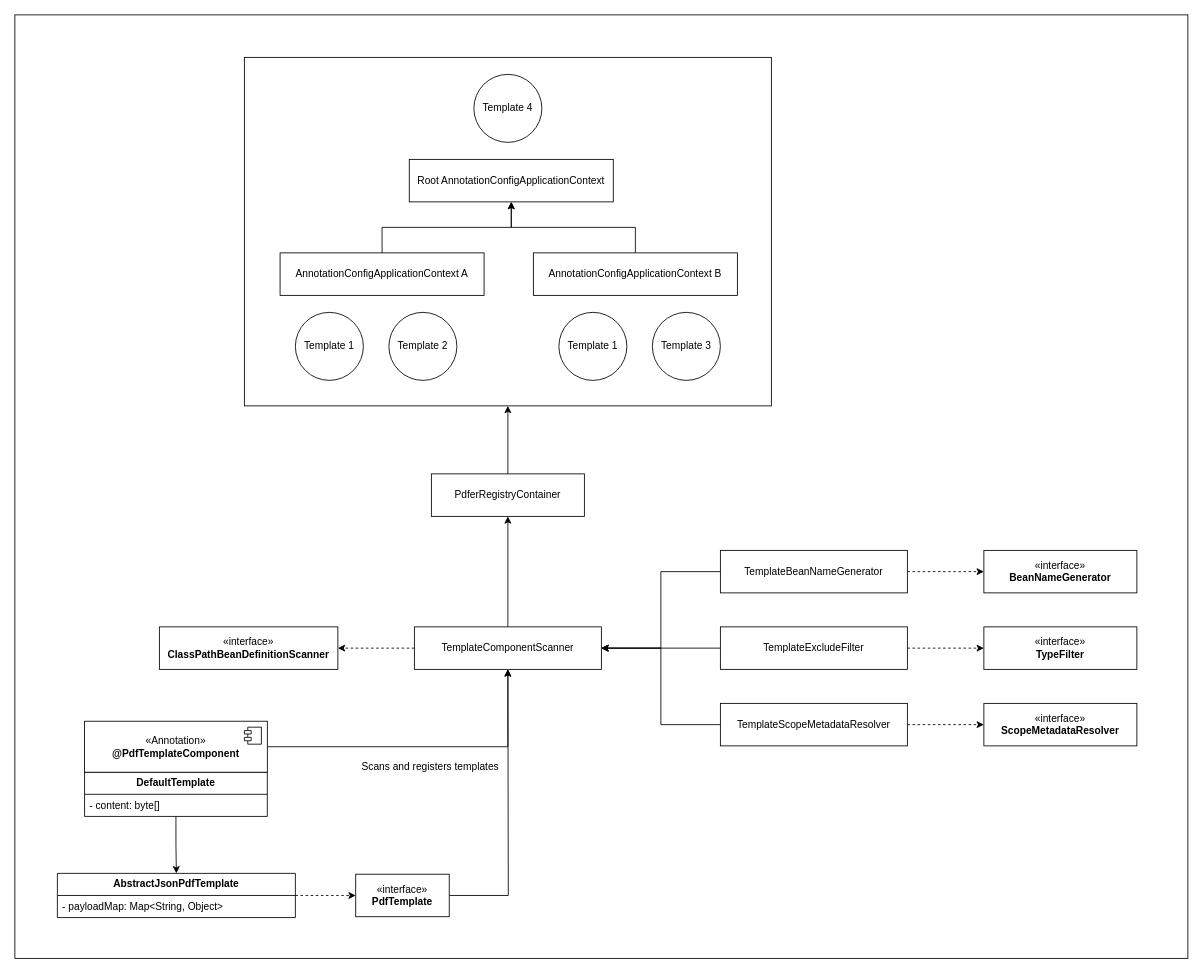
Before: readme/pdfer_core.drawio in unknownmonke/pdfer, a draw.io diagram. Source tidied: cells renumbered, new cells numbered last; positions are measured from the earlier drawing's top-left corner, leaving out a move shared by most shapes. Both pictures are drawn from the tidied source at 85%, with x=0, y=0 at pixel (14, 14).
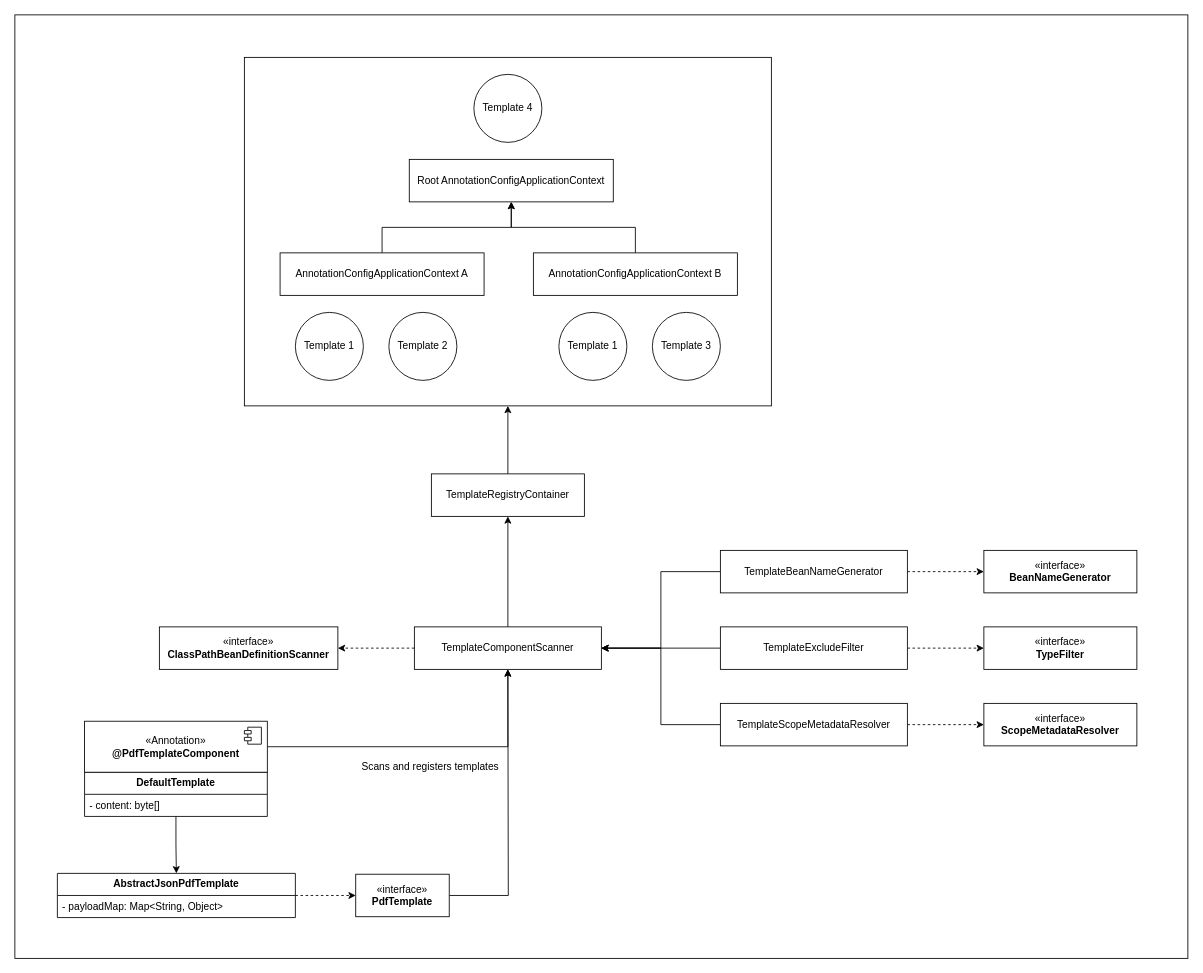
After the change.

Change to the diagram source:
```diff
@@
-    <mxCell id="43" value="PdferRegistryContainer" style="html=1;whiteSpace=wrap;" parent="1" vertex="1">
+    <mxCell id="43" value="TemplateRegistryContainer" style="html=1;whiteSpace=wrap;" parent="1" vertex="1">
       <mxGeometry x="490" y="540" width="180" height="50" as="geometry" />
     </mxCell>
```
